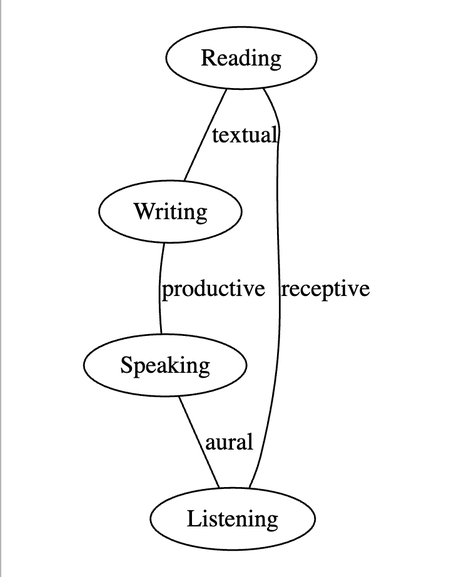
Above: img/LangSem.png in ralmond/PeanutTutorial (Graphviz), before the change. Its source is kept beside it as img/LangSem.gv.
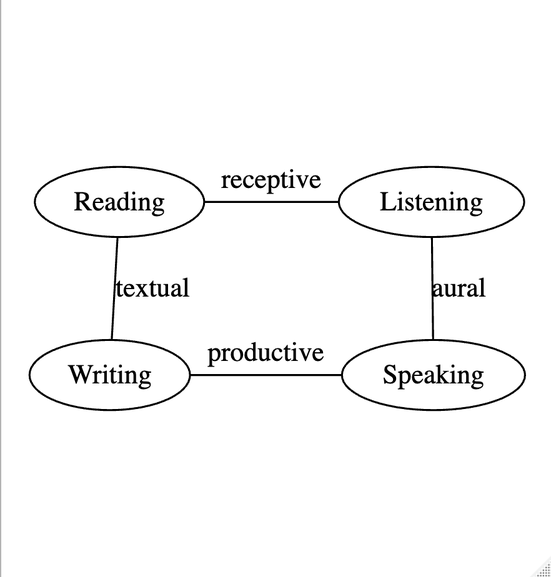
After the commit.

What changed in the source:
```diff
@@ -1,9 +1,13 @@
 graph LangSem {
 
-  Reading
-  Writing
-  Speaking
-  Listening
+  subgraph {
+    rank="source"
+    Reading; Listening
+  }
+  subgraph {
+    rank="same"
+    Speaking, Writing
+  }
 
   Reading -- Writing [label="textual"]
   Speaking -- Listening [label="aural"]
```
